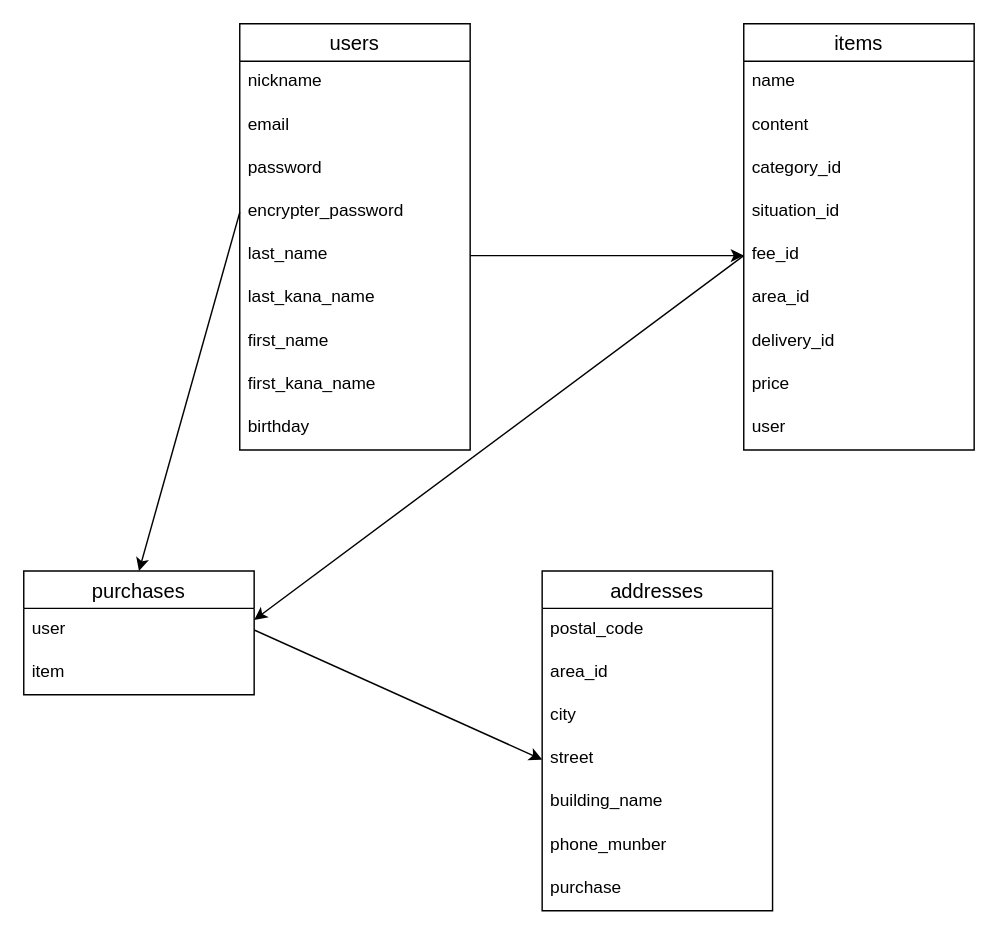
Before: er.dio in ven-b/furima-39732, a draw.io diagram. Source tidied: cells renumbered, new cells numbered last; positions are measured from the earlier drawing's top-left corner, leaving out a move shared by most shapes. Both pictures are drawn from the tidied source at 144%, with x=0, y=0 at pixel (23, 23).
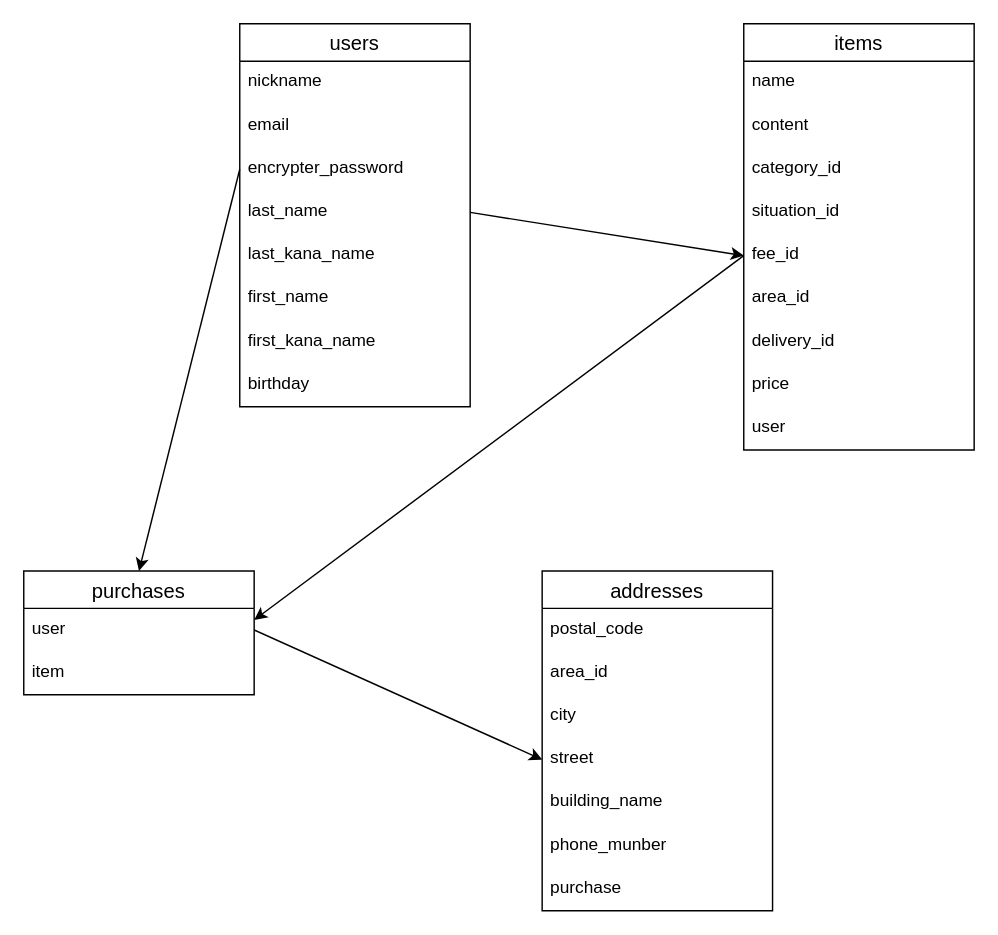
The same diagram, later.

Commit message (it also covers changes not shown here):
レビューいただいた部分の修正

Change to the diagram source:
```diff
@@
     <mxCell id="2" value="users" style="swimlane;fontStyle=0;horizontal=1;startSize=26;align=center;fontSize=14;rounded=0;" parent="1" vertex="1">
-      <mxGeometry x="150" width="160" height="296" as="geometry" />
+      <mxGeometry x="150" width="160" height="266" as="geometry" />
     </mxCell>
@@
-    <mxCell id="5" value="password" style="text;strokeColor=none;fillColor=none;spacingLeft=4;spacingRight=4;overflow=hidden;fontSize=12;rounded=0;" parent="2" vertex="1">
-      <mxGeometry y="86" width="160" height="30" as="geometry" />
-    </mxCell>
     <mxCell id="6" value="encrypter_password" style="text;strokeColor=none;fillColor=none;spacingLeft=4;spacingRight=4;overflow=hidden;points=[[0,0.5],[1,0.5]];portConstraint=eastwest;fontSize=12;rounded=0;" parent="2" vertex="1">
-      <mxGeometry y="116" width="160" height="30" as="geometry" />
+      <mxGeometry y="86" width="160" height="30" as="geometry" />
     </mxCell>
     <mxCell id="7" value="last_name" style="text;strokeColor=none;fillColor=none;spacingLeft=4;spacingRight=4;overflow=hidden;points=[[0,0.5],[1,0.5]];portConstraint=eastwest;fontSize=12;rounded=0;" parent="2" vertex="1">
-      <mxGeometry y="146" width="160" height="30" as="geometry" />
+      <mxGeometry y="116" width="160" height="30" as="geometry" />
     </mxCell>
     <mxCell id="8" value="last_kana_name" style="text;strokeColor=none;fillColor=none;spacingLeft=4;spacingRight=4;overflow=hidden;fontSize=12;rounded=0;" parent="2" vertex="1">
-      <mxGeometry y="176" width="160" height="30" as="geometry" />
+      <mxGeometry y="146" width="160" height="30" as="geometry" />
     </mxCell>
     <mxCell id="9" value="first_name" style="text;strokeColor=none;fillColor=none;spacingLeft=4;spacingRight=4;overflow=hidden;fontSize=12;rounded=0;" parent="2" vertex="1">
-      <mxGeometry y="206" width="160" height="30" as="geometry" />
+      <mxGeometry y="176" width="160" height="30" as="geometry" />
     </mxCell>
     <mxCell id="10" value="first_kana_name" style="text;strokeColor=none;fillColor=none;spacingLeft=4;spacingRight=4;overflow=hidden;fontSize=12;rounded=0;" parent="2" vertex="1">
-      <mxGeometry y="236" width="160" height="30" as="geometry" />
+      <mxGeometry y="206" width="160" height="30" as="geometry" />
     </mxCell>
     <mxCell id="11" value="birthday" style="text;strokeColor=none;fillColor=none;spacingLeft=4;spacingRight=4;overflow=hidden;fontSize=12;rounded=0;" parent="2" vertex="1">
-      <mxGeometry y="266" width="160" height="30" as="geometry" />
+      <mxGeometry y="236" width="160" height="30" as="geometry" />
     </mxCell>
```
